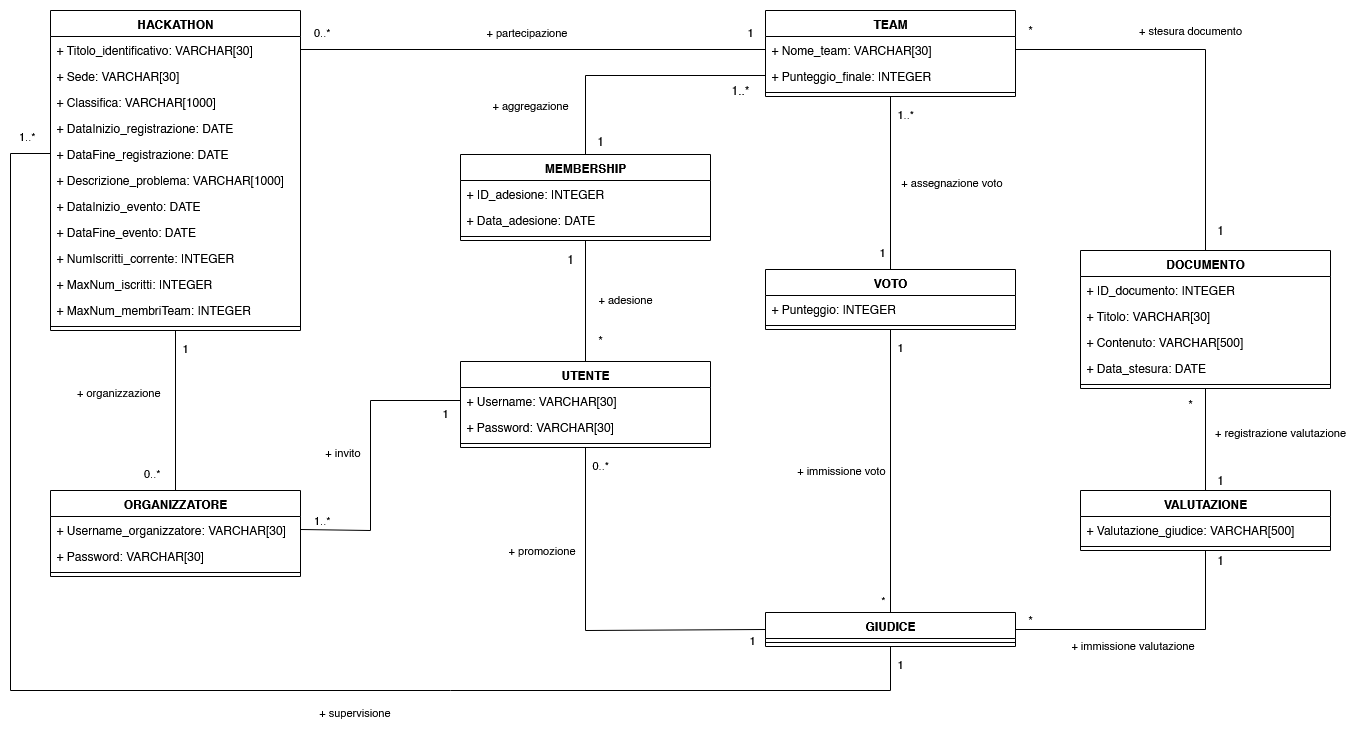
This is Documentazione/Immagini/Hackathon_UMLRistrutturato.png from RyoSpikes/ProgettoBasiDati2025, a draw.io export, as it was before one commit. Source tidied: cells renumbered, new cells last; positions are measured from the earlier drawing's top-left corner, leaving out a move shared by most shapes.
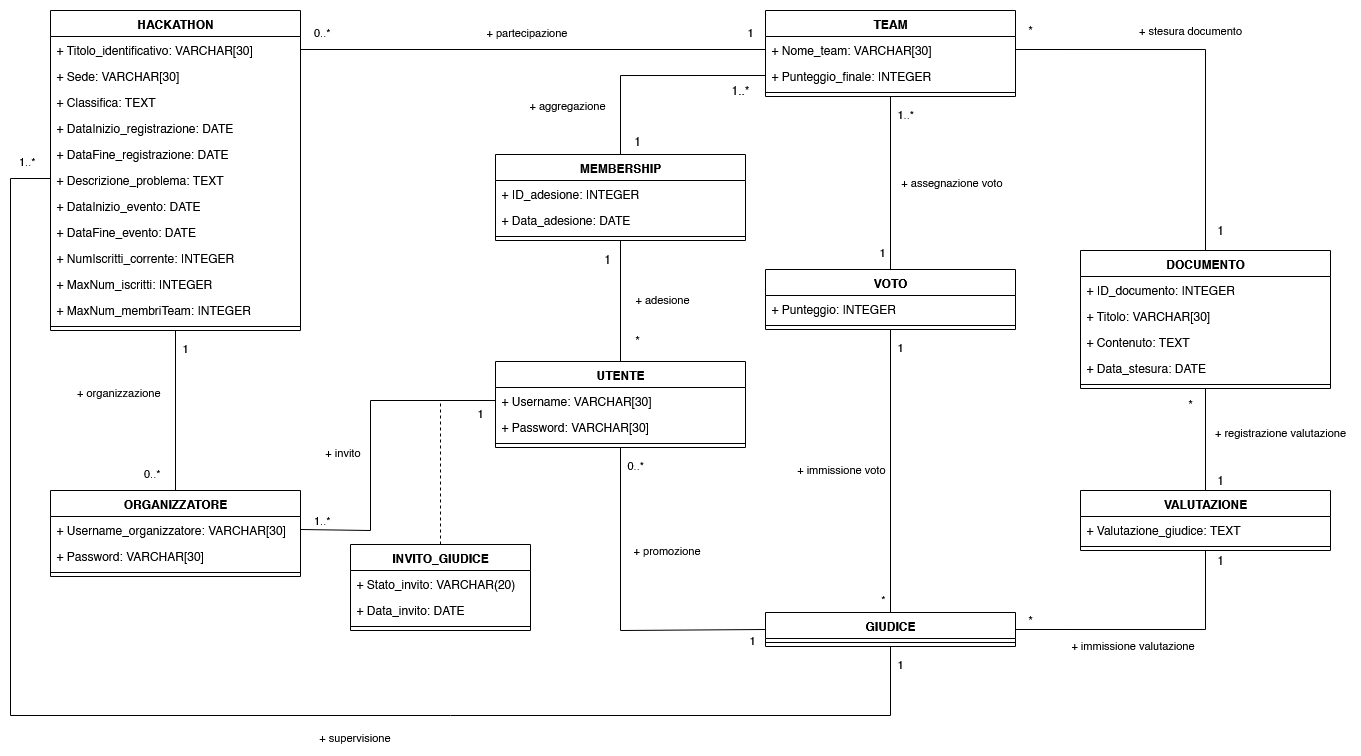
After the change.

What changed in the source:
```diff
@@ -11,7 +11,7 @@
     <mxCell id="4" value="+ Sede: VARCHAR[30]" style="text;strokeColor=none;fillColor=none;align=left;verticalAlign=top;spacingLeft=4;spacingRight=4;overflow=hidden;whiteSpace=wrap;html=1;" parent="2" vertex="1">
       <mxGeometry y="52" width="250" height="26" as="geometry" />
     </mxCell>
-    <mxCell id="5" value="+ Classifica: VARCHAR[1000]" style="text;strokeColor=none;fillColor=none;align=left;verticalAlign=top;spacingLeft=4;spacingRight=4;overflow=hidden;whiteSpace=wrap;html=1;" parent="2" vertex="1">
+    <mxCell id="5" value="+ Classifica: TEXT" style="text;strokeColor=none;fillColor=none;align=left;verticalAlign=top;spacingLeft=4;spacingRight=4;overflow=hidden;whiteSpace=wrap;html=1;" parent="2" vertex="1">
       <mxGeometry y="78" width="250" height="26" as="geometry" />
     </mxCell>
     <mxCell id="6" value="+ DataInizio_registrazione: DATE" style="text;strokeColor=none;fillColor=none;align=left;verticalAlign=top;spacingLeft=4;spacingRight=4;overflow=hidden;whiteSpace=wrap;html=1;" parent="2" vertex="1">
@@ -20,7 +20,7 @@
     <mxCell id="7" value="+ DataFine_registrazione:&amp;nbsp;DATE" style="text;strokeColor=none;fillColor=none;align=left;verticalAlign=top;spacingLeft=4;spacingRight=4;overflow=hidden;points=[[0,0.5],[1,0.5]];portConstraint=eastwest;whiteSpace=wrap;html=1;" parent="2" vertex="1">
       <mxGeometry y="130" width="250" height="26" as="geometry" />
     </mxCell>
-    <mxCell id="8" value="+ Descrizione_problema: VARCHAR[1000]" style="text;strokeColor=none;fillColor=none;align=left;verticalAlign=top;spacingLeft=4;spacingRight=4;overflow=hidden;whiteSpace=wrap;html=1;" parent="2" vertex="1">
+    <mxCell id="8" value="+ Descrizione_problema: TEXT" style="text;strokeColor=none;fillColor=none;align=left;verticalAlign=top;spacingLeft=4;spacingRight=4;overflow=hidden;whiteSpace=wrap;html=1;" parent="2" vertex="1">
       <mxGeometry y="156" width="250" height="26" as="geometry" />
     </mxCell>
     <mxCell id="9" value="+ DataInizio_evento: DATE" style="text;strokeColor=none;fillColor=none;align=left;verticalAlign=top;spacingLeft=4;spacingRight=4;overflow=hidden;whiteSpace=wrap;html=1;" parent="2" vertex="1">
@@ -53,11 +53,11 @@
     <mxCell id="18" style="line;strokeWidth=1;fillColor=none;align=left;verticalAlign=middle;spacingTop=-1;spacingLeft=3;spacingRight=3;labelPosition=right;strokeColor=inherit;" parent="15" vertex="1">
       <mxGeometry y="78" width="250" height="8" as="geometry" />
     </mxCell>
-    <mxCell id="19" style="edgeStyle=orthogonalEdgeStyle;rounded=0;jettySize=auto;html=1;exitX=0.5;exitY=0;exitDx=0;exitDy=0;entryX=0.5;entryY=1;entryDx=0;entryDy=0;endArrow=none;endFill=0;" parent="1" edge="1" source="20" target="83">
+    <mxCell id="19" style="rounded=0;jettySize=auto;html=1;exitX=0.5;exitY=0;exitDx=0;exitDy=0;entryX=0.5;entryY=1;entryDx=0;entryDy=0;endArrow=none;endFill=0;" parent="1" edge="1" source="20" target="83">
       <mxGeometry relative="1" as="geometry" />
     </mxCell>
     <mxCell id="20" value="UTENTE" style="swimlane;fontStyle=1;align=center;verticalAlign=top;horizontal=1;startSize=26;whiteSpace=wrap;html=1;" parent="1" vertex="1">
-      <mxGeometry x="450" y="351" width="250" height="86" as="geometry" />
+      <mxGeometry x="485" y="351" width="250" height="86" as="geometry" />
     </mxCell>
     <mxCell id="21" value="+ Username: VARCHAR[30]" style="text;strokeColor=none;fillColor=none;align=left;verticalAlign=top;spacingLeft=4;spacingRight=4;overflow=hidden;points=[[0,0.5],[1,0.5]];portConstraint=eastwest;whiteSpace=wrap;html=1;" parent="20" vertex="1">
       <mxGeometry y="26" width="250" height="26" as="geometry" />
@@ -101,7 +101,7 @@
     <mxCell id="34" value="+ Titolo: VARCHAR[30]" style="text;strokeColor=none;fillColor=none;align=left;verticalAlign=top;spacingLeft=4;spacingRight=4;overflow=hidden;whiteSpace=wrap;html=1;" parent="32" vertex="1">
       <mxGeometry y="52" width="250" height="26" as="geometry" />
     </mxCell>
-    <mxCell id="35" value="+ Contenuto: VARCHAR[500]" style="text;strokeColor=none;fillColor=none;align=left;verticalAlign=top;spacingLeft=4;spacingRight=4;overflow=hidden;whiteSpace=wrap;html=1;" parent="32" vertex="1">
+    <mxCell id="35" value="+ Contenuto: TEXT" style="text;strokeColor=none;fillColor=none;align=left;verticalAlign=top;spacingLeft=4;spacingRight=4;overflow=hidden;whiteSpace=wrap;html=1;" parent="32" vertex="1">
       <mxGeometry y="78" width="250" height="26" as="geometry" />
     </mxCell>
     <mxCell id="36" value="+ Data_stesura: DATE" style="text;strokeColor=none;fillColor=none;align=left;verticalAlign=top;spacingLeft=4;spacingRight=4;overflow=hidden;whiteSpace=wrap;html=1;" parent="32" vertex="1">
@@ -125,7 +125,7 @@
     <mxCell id="42" value="&lt;div&gt;VALUTAZIONE&lt;/div&gt;&lt;div&gt;&lt;br&gt;&lt;/div&gt;" style="swimlane;fontStyle=1;align=center;verticalAlign=top;horizontal=1;startSize=26;whiteSpace=wrap;html=1;" parent="1" vertex="1">
       <mxGeometry x="1070" y="480" width="250" height="60" as="geometry" />
     </mxCell>
-    <mxCell id="43" value="+ Valutazione_giudice: VARCHAR[500]" style="text;strokeColor=none;fillColor=none;align=left;verticalAlign=top;spacingLeft=4;spacingRight=4;overflow=hidden;whiteSpace=wrap;html=1;" parent="42" vertex="1">
+    <mxCell id="43" value="+ Valutazione_giudice: TEXT" style="text;strokeColor=none;fillColor=none;align=left;verticalAlign=top;spacingLeft=4;spacingRight=4;overflow=hidden;whiteSpace=wrap;html=1;" parent="42" vertex="1">
       <mxGeometry y="26" width="250" height="26" as="geometry" />
     </mxCell>
     <mxCell id="44" style="line;strokeWidth=1;fillColor=none;align=left;verticalAlign=middle;spacingTop=-1;spacingLeft=3;spacingRight=3;labelPosition=right;strokeColor=inherit;" parent="42" vertex="1">
@@ -175,7 +175,7 @@
     <mxCell id="53" style="endArrow=none;html=1;rounded=0;exitX=0.5;exitY=1;exitDx=0;exitDy=0;entryX=0;entryY=0.5;entryDx=0;entryDy=0;" parent="1" edge="1" source="20" target="29">
       <mxGeometry relative="1" as="geometry">
         <Array as="points">
-          <mxPoint x="575" y="620" />
+          <mxPoint x="610" y="620" />
         </Array>
       </mxGeometry>
     </mxCell>
@@ -191,7 +191,7 @@
     </mxCell>
     <mxCell id="56" value="+ promozione" style="edgeLabel;html=1;align=right;verticalAlign=bottom;" parent="53" vertex="1">
       <mxGeometry x="1" relative="1" as="geometry">
-        <mxPoint x="-190" y="-71" as="offset" />
+        <mxPoint x="-65" y="-71" as="offset" />
       </mxGeometry>
     </mxCell>
     <mxCell id="57" style="endArrow=none;html=1;rounded=0;entryX=0.5;entryY=0;entryDx=0;entryDy=0;exitX=0.5;exitY=1;exitDx=0;exitDy=0;" parent="1" edge="1" source="38" target="29">
@@ -212,12 +212,13 @@
         <mxPoint x="-5" y="-134" as="offset" />
       </mxGeometry>
     </mxCell>
-    <mxCell id="61" style="endArrow=none;html=1;rounded=0;entryX=0;entryY=0.5;entryDx=0;entryDy=0;exitX=0.5;exitY=1;exitDx=0;exitDy=0;" parent="1" edge="1" source="29" target="7">
+    <mxCell id="61" style="endArrow=none;html=1;rounded=0;entryX=0;entryY=0.5;entryDx=0;entryDy=0;exitX=0.5;exitY=1;exitDx=0;exitDy=0;" parent="1" edge="1" source="29">
       <mxGeometry relative="1" as="geometry">
+        <mxPoint x="40" y="168" as="targetPoint" />
         <Array as="points">
-          <mxPoint x="880" y="680" />
-          <mxPoint y="680" />
-          <mxPoint y="143" />
+          <mxPoint x="880" y="705" />
+          <mxPoint y="705" />
+          <mxPoint y="168" />
         </Array>
       </mxGeometry>
     </mxCell>
@@ -303,7 +304,7 @@
       <mxGeometry relative="1" as="geometry" />
     </mxCell>
     <mxCell id="83" value="MEMBERSHIP" style="swimlane;fontStyle=1;align=center;verticalAlign=top;horizontal=1;startSize=26;whiteSpace=wrap;html=1;" parent="1" vertex="1">
-      <mxGeometry x="450" y="144" width="250" height="86" as="geometry" />
+      <mxGeometry x="485" y="144" width="250" height="86" as="geometry" />
     </mxCell>
     <mxCell id="84" value="+ ID_adesione: INTEGER" style="text;strokeColor=none;fillColor=none;align=left;verticalAlign=top;spacingLeft=4;spacingRight=4;overflow=hidden;whiteSpace=wrap;html=1;" parent="83" vertex="1">
       <mxGeometry y="26" width="250" height="26" as="geometry" />
@@ -315,22 +316,39 @@
       <mxGeometry y="78" width="250" height="8" as="geometry" />
     </mxCell>
     <mxCell id="87" value="*" style="text;html=1;align=center;verticalAlign=middle;whiteSpace=wrap;rounded=0;" parent="1" vertex="1">
-      <mxGeometry x="580" y="320" width="20" height="20" as="geometry" />
+      <mxGeometry x="617" y="320" width="20" height="20" as="geometry" />
     </mxCell>
     <mxCell id="88" value="&lt;font style=&quot;font-size: 11px;&quot;&gt;+ adesione&lt;/font&gt;" style="text;html=1;align=center;verticalAlign=middle;whiteSpace=wrap;rounded=0;" parent="1" vertex="1">
-      <mxGeometry x="580" y="274" width="70" height="30" as="geometry" />
+      <mxGeometry x="617" y="274" width="70" height="30" as="geometry" />
     </mxCell>
     <mxCell id="89" value="1" style="text;html=1;align=center;verticalAlign=middle;whiteSpace=wrap;rounded=0;" parent="1" vertex="1">
-      <mxGeometry x="550" y="239" width="20" height="20" as="geometry" />
+      <mxGeometry x="587" y="239" width="20" height="20" as="geometry" />
     </mxCell>
     <mxCell id="90" value="&lt;font style=&quot;font-size: 11px;&quot;&gt;+ aggregazione&lt;/font&gt;" style="text;html=1;align=center;verticalAlign=middle;whiteSpace=wrap;rounded=0;" parent="1" vertex="1">
-      <mxGeometry x="470" y="80" width="100" height="30" as="geometry" />
+      <mxGeometry x="507" y="80" width="100" height="30" as="geometry" />
     </mxCell>
     <mxCell id="91" value="1" style="text;html=1;align=center;verticalAlign=middle;whiteSpace=wrap;rounded=0;" parent="1" vertex="1">
-      <mxGeometry x="580" y="121" width="20" height="20" as="geometry" />
+      <mxGeometry x="617" y="121" width="20" height="20" as="geometry" />
     </mxCell>
     <mxCell id="92" value="1..*" style="text;html=1;align=center;verticalAlign=middle;whiteSpace=wrap;rounded=0;" parent="1" vertex="1">
       <mxGeometry x="720" y="70" width="20" height="20" as="geometry" />
     </mxCell>
+    <mxCell id="93" value="INVITO_GIUDICE" style="swimlane;fontStyle=1;align=center;verticalAlign=top;horizontal=1;startSize=26;whiteSpace=wrap;html=1;" parent="1" vertex="1">
+      <mxGeometry x="340" y="534" width="180" height="86" as="geometry" />
+    </mxCell>
+    <mxCell id="94" value="+ Stato_invito: VARCHAR(20)" style="text;strokeColor=none;fillColor=none;align=left;verticalAlign=top;spacingLeft=4;spacingRight=4;overflow=hidden;whiteSpace=wrap;html=1;" parent="93" vertex="1">
+      <mxGeometry y="26" width="180" height="26" as="geometry" />
+    </mxCell>
+    <mxCell id="95" value="+ Data_invito: DATE" style="text;strokeColor=none;fillColor=none;align=left;verticalAlign=top;spacingLeft=4;spacingRight=4;overflow=hidden;whiteSpace=wrap;html=1;" parent="93" vertex="1">
+      <mxGeometry y="52" width="180" height="26" as="geometry" />
+    </mxCell>
+    <mxCell id="96" style="line;strokeWidth=1;fillColor=none;align=left;verticalAlign=middle;spacingTop=-1;spacingLeft=3;spacingRight=3;labelPosition=right;strokeColor=inherit;" parent="93" vertex="1">
+      <mxGeometry y="78" width="180" height="8" as="geometry" />
+    </mxCell>
+    <mxCell id="97" style="endArrow=none;dashed=1;html=1;rounded=0;exitX=0.5;exitY=0;exitDx=0;exitDy=0;" parent="1" edge="1" source="93">
+      <mxGeometry relative="1" as="geometry">
+        <mxPoint x="430" y="390" as="targetPoint" />
+      </mxGeometry>
+    </mxCell>
   </root>
 </mxGraphModel>
```
